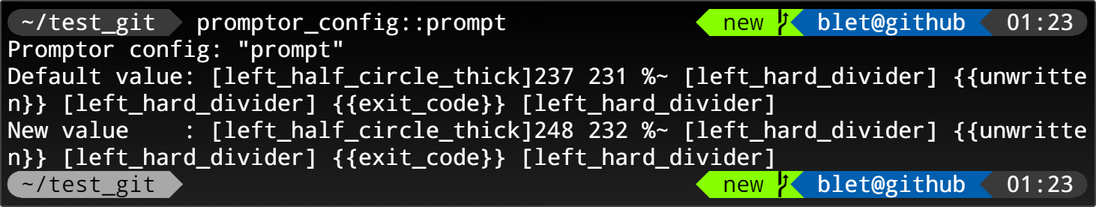
Above: images/example_change_color.drawio.png in MickaelBlet/Promptor (draw.io), before the change. Source tidied: cells renumbered, new cells last; positions are measured from the earlier drawing's top-left corner, leaving out a move shared by most shapes.
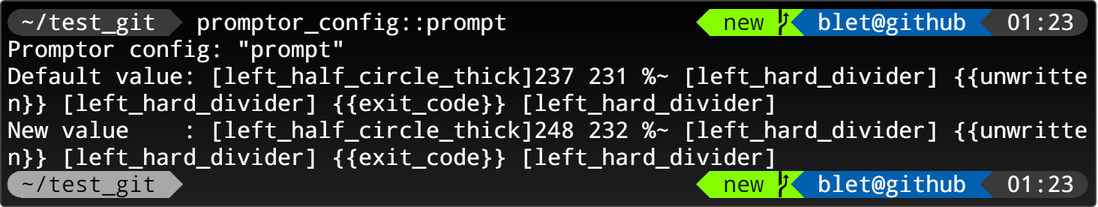
Above is the later version.

Change to the diagram source:
```diff
@@ -2,7 +2,7 @@
   <root>
     <mxCell id="0" />
     <mxCell id="1" parent="0" />
-    <mxCell id="2" style="rounded=1;whiteSpace=wrap;html=1;arcSize=1;fillColor=#000000;strokeColor=#424242;gradientColor=#202020;gradientDirection=south;" parent="1" vertex="1">
+    <mxCell id="2" style="rounded=1;whiteSpace=wrap;html=1;arcSize=5;fillColor=#000000;strokeColor=#424242;gradientColor=#202020;gradientDirection=south;absoluteArcSize=1;" parent="1" vertex="1">
       <mxGeometry width="730" height="137" as="geometry" />
     </mxCell>
     <mxCell id="3" value="&lt;font color=&quot;#3a3a3a&quot; style=&quot;font-size: 15px&quot;&gt;&lt;/font&gt;&lt;span style=&quot;font-size: 15px ; background-color: rgb(58 , 58 , 58)&quot;&gt;~/test_git&amp;nbsp;&lt;/span&gt;&lt;font color=&quot;#3a3a3a&quot; style=&quot;font-size: 15px&quot;&gt;&lt;/font&gt;&amp;nbsp;promptor_config::prompt&amp;nbsp; &amp;nbsp; &amp;nbsp; &amp;nbsp; &amp;nbsp; &amp;nbsp; &amp;nbsp;&amp;nbsp;&lt;font color=&quot;#87ff00&quot; style=&quot;font-size: 15px&quot;&gt;&lt;/font&gt;&lt;span style=&quot;font-size: 15px ; background-color: rgb(135 , 255 , 0)&quot;&gt;&lt;font color=&quot;#000000&quot; style=&quot;font-size: 15px&quot;&gt;&amp;nbsp;new&amp;nbsp;&lt;/font&gt;&lt;font color=&quot;#005faf&quot; style=&quot;font-size: 15px&quot;&gt;&lt;/font&gt;&lt;/span&gt;&lt;span style=&quot;font-size: 15px ; background-color: rgb(0 , 95 , 175)&quot;&gt;&amp;nbsp;blet@github&amp;nbsp;&lt;font color=&quot;#3a3a3a&quot; style=&quot;font-size: 15px&quot;&gt;&lt;/font&gt;&lt;/span&gt;&lt;span style=&quot;font-size: 15px ; background-color: rgb(58 , 58 , 58)&quot;&gt;&amp;nbsp;01:23&lt;/span&gt;&lt;font color=&quot;#3a3a3a&quot; style=&quot;font-size: 15px&quot;&gt;&lt;/font&gt;&lt;font color=&quot;#3a3a3a&quot; style=&quot;font-size: 15px&quot;&gt;&lt;br style=&quot;font-size: 15px&quot;&gt;&lt;/font&gt;Promptor config: &quot;prompt&quot;&lt;br style=&quot;font-size: 15px&quot;&gt;Default value: [left_half_circle_thick]237 231 %~ [left_hard_divider] {{unwritte&lt;br&gt;n}} [left_hard_divider] {{exit_code}} [left_hard_divider]&lt;br style=&quot;font-size: 15px&quot;&gt;New value&amp;nbsp; &amp;nbsp; : [left_half_circle_thick]248 232 %~ [left_hard_divider] {{unwritte&lt;br&gt;n}} [left_hard_divider] {{exit_code}} [left_hard_divider]&lt;br style=&quot;font-size: 15px&quot;&gt;&lt;font color=&quot;#a8a8a8&quot;&gt;&lt;/font&gt;&lt;span style=&quot;background-color: rgb(168 , 168 , 168)&quot;&gt;&lt;font color=&quot;#000000&quot;&gt;~/test_git&lt;/font&gt;&amp;nbsp;&lt;/span&gt;&lt;font color=&quot;#a8a8a8&quot;&gt;&lt;/font&gt;&amp;nbsp; &amp;nbsp; &amp;nbsp; &amp;nbsp; &amp;nbsp; &amp;nbsp; &amp;nbsp; &amp;nbsp; &amp;nbsp; &amp;nbsp; &amp;nbsp; &amp;nbsp; &amp;nbsp; &amp;nbsp; &amp;nbsp; &amp;nbsp; &amp;nbsp; &amp;nbsp; &amp;nbsp;&amp;nbsp;&lt;font color=&quot;#87ff00&quot;&gt;&lt;/font&gt;&lt;span style=&quot;background-color: rgb(135 , 255 , 0)&quot;&gt;&lt;font color=&quot;#000000&quot;&gt;&amp;nbsp;new&amp;nbsp;&lt;/font&gt;&lt;font color=&quot;#005faf&quot;&gt;&lt;/font&gt;&lt;/span&gt;&lt;span style=&quot;background-color: rgb(0 , 95 , 175)&quot;&gt;&amp;nbsp;blet@github&amp;nbsp;&lt;font color=&quot;#3a3a3a&quot;&gt;&lt;/font&gt;&lt;/span&gt;&lt;span style=&quot;background-color: rgb(58 , 58 , 58)&quot;&gt;&amp;nbsp;01:23&lt;/span&gt;&lt;font color=&quot;#3a3a3a&quot;&gt;&lt;/font&gt;" style="text;align=left;verticalAlign=bottom;rounded=0;fontFamily=DroidSansM Nerd Font Mono;fontSize=15;fillColor=none;arcSize=0;spacing=0;fontColor=#FFFFFF;labelBackgroundColor=none;html=1;labelBorderColor=none;" parent="1" vertex="1">
```
